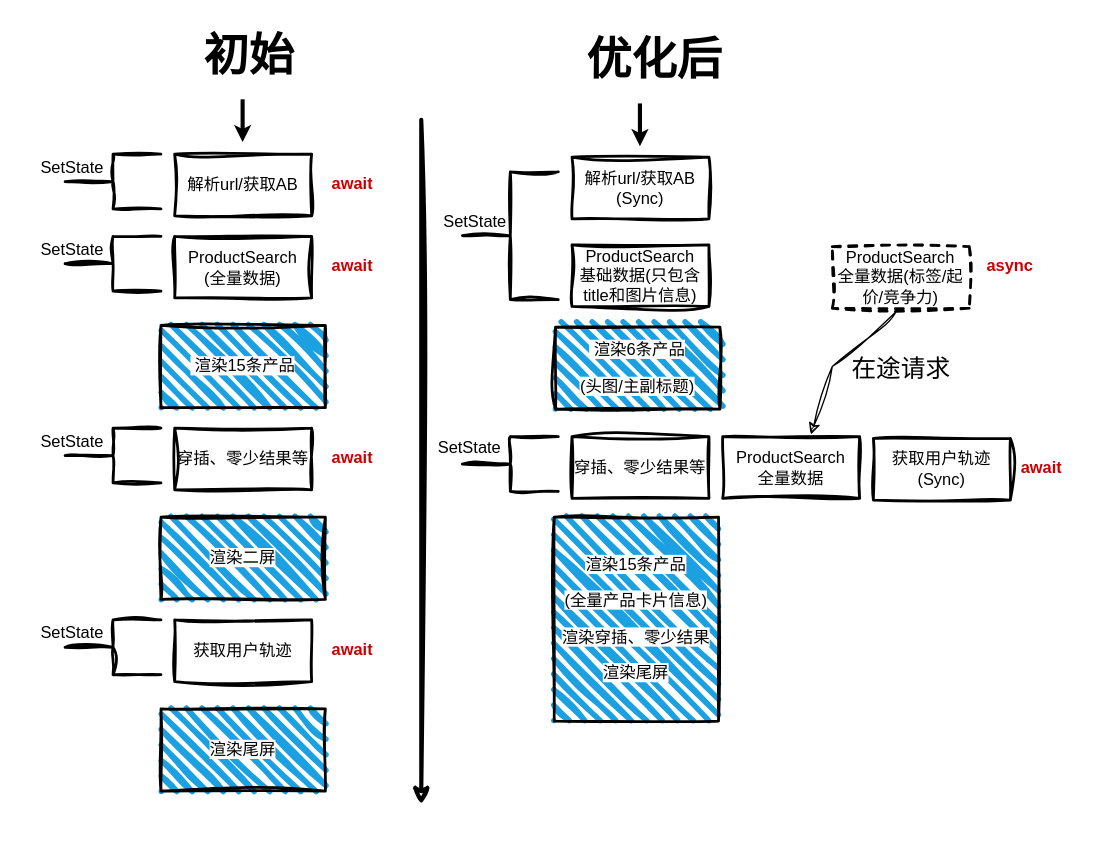
Before: page "简约版" (2 of 3) of performance/list优化.drawio in weixiaoH/free, a draw.io diagram. Source tidied: cells renumbered, new cells numbered last; positions are measured from the earlier drawing's top-left corner, leaving out a move shared by most shapes. Both pictures are drawn from the tidied source at 137%, with x=0, y=0 at pixel (23, 23).
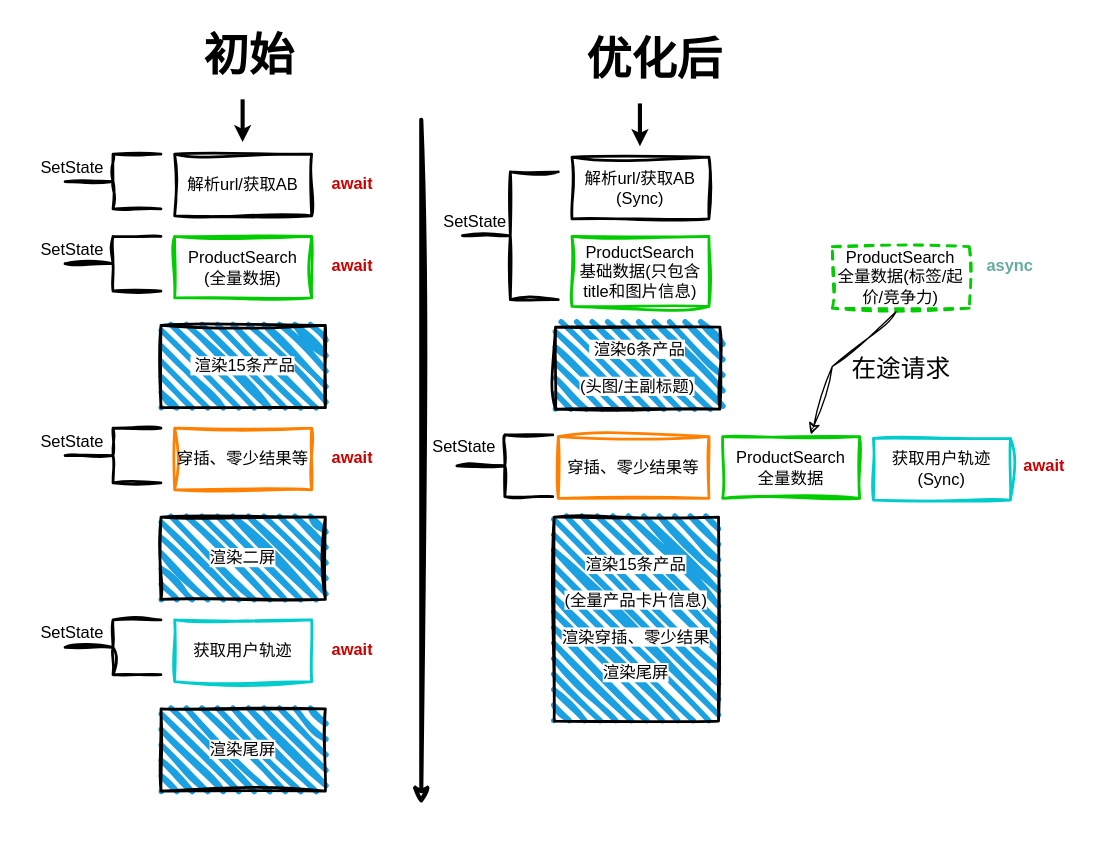
The same diagram, later.

The change refers to these unchanged cells:
```xml
<mxCell id="2" style="group;sketch=1;curveFitting=1;jiggle=2;rounded=0;" parent="1" vertex="1">
  <mxGeometry y="70" width="773" height="500" as="geometry" />
</mxCell>
```

Diff of the diagram source:
```diff
@@
-    <mxCell id="11" value="ProductSearch&lt;br&gt;(全量数据)" style="rounded=0;absoluteArcSize=1;html=1;arcSize=10;whiteSpace=wrap;strokeColor=#000000;fillColor=inherit;fillWeight=4;hachureGap=8;hachureAngle=45;strokeWidth=2;fontFamily=Helvetica;fontSize=12;fontColor=default;shadow=0;glass=0;sketch=1;curveFitting=1;jiggle=2;" parent="2" vertex="1">
+    <mxCell id="11" value="ProductSearch&lt;br&gt;(全量数据)" style="rounded=0;absoluteArcSize=1;html=1;arcSize=10;whiteSpace=wrap;strokeColor=#00CC00;fillColor=inherit;fillWeight=4;hachureGap=8;hachureAngle=45;strokeWidth=2;fontFamily=Helvetica;fontSize=12;fontColor=default;shadow=0;glass=0;sketch=1;curveFitting=1;jiggle=2;" parent="2" vertex="1">
       <mxGeometry x="110" y="85" width="100" height="45" as="geometry" />
     </mxCell>
@@
-    <mxCell id="16" value="穿插、零少结果等" style="rounded=0;absoluteArcSize=1;html=1;arcSize=10;whiteSpace=wrap;strokeColor=#000000;fillColor=inherit;fillWeight=4;hachureGap=8;hachureAngle=45;strokeWidth=2;fontFamily=Helvetica;fontSize=12;fontColor=default;shadow=0;glass=0;sketch=1;curveFitting=1;jiggle=2;" parent="2" vertex="1">
+    <mxCell id="16" value="穿插、零少结果等" style="rounded=0;absoluteArcSize=1;html=1;arcSize=10;whiteSpace=wrap;strokeColor=#FF8000;fillColor=inherit;fillWeight=4;hachureGap=8;hachureAngle=45;strokeWidth=2;fontFamily=Helvetica;fontSize=12;fontColor=default;shadow=0;glass=0;sketch=1;curveFitting=1;jiggle=2;" parent="2" vertex="1">
       <mxGeometry x="110" y="225" width="100" height="45" as="geometry" />
     </mxCell>
@@
-    <mxCell id="21" value="获取用户轨迹" style="rounded=0;absoluteArcSize=1;html=1;arcSize=10;whiteSpace=wrap;strokeColor=#000000;fillColor=inherit;fillWeight=4;hachureGap=8;hachureAngle=45;strokeWidth=2;fontFamily=Helvetica;fontSize=12;fontColor=default;shadow=0;glass=0;sketch=1;curveFitting=1;jiggle=2;" parent="2" vertex="1">
+    <mxCell id="21" value="获取用户轨迹" style="rounded=0;absoluteArcSize=1;html=1;arcSize=10;whiteSpace=wrap;strokeColor=#00CCCC;fillColor=inherit;fillWeight=4;hachureGap=8;hachureAngle=45;strokeWidth=2;fontFamily=Helvetica;fontSize=12;fontColor=default;shadow=0;glass=0;sketch=1;curveFitting=1;jiggle=2;" parent="2" vertex="1">
       <mxGeometry x="110" y="365" width="100" height="45" as="geometry" />
     </mxCell>
@@
-    <mxCell id="33" value="ProductSearch&lt;br&gt;基础数据(只包含title和图片信息)" style="rounded=0;absoluteArcSize=1;html=1;arcSize=10;whiteSpace=wrap;strokeColor=#000000;fillColor=inherit;fillWeight=4;hachureGap=8;hachureAngle=45;strokeWidth=2;fontFamily=Helvetica;fontSize=12;fontColor=default;shadow=0;glass=0;sketch=1;curveFitting=1;jiggle=2;" parent="2" vertex="1">
-      <mxGeometry x="400" y="91.2" width="100" height="45" as="geometry" />
+    <mxCell id="33" value="ProductSearch&lt;br&gt;基础数据(只包含title和图片信息)" style="rounded=0;absoluteArcSize=1;html=1;arcSize=10;whiteSpace=wrap;strokeColor=#00CC00;fillColor=inherit;fillWeight=4;hachureGap=8;hachureAngle=45;strokeWidth=2;fontFamily=Helvetica;fontSize=12;fontColor=default;shadow=0;glass=0;sketch=1;curveFitting=1;jiggle=2;" parent="2" vertex="1">
+      <mxGeometry x="400" y="85" width="100" height="51.2" as="geometry" />
     </mxCell>
-    <mxCell id="34" value="穿插、零少结果等" style="rounded=0;absoluteArcSize=1;html=1;arcSize=10;whiteSpace=wrap;strokeColor=#000000;fillColor=inherit;fillWeight=4;hachureGap=8;hachureAngle=45;strokeWidth=2;fontFamily=Helvetica;fontSize=12;fontColor=default;shadow=0;glass=0;sketch=1;curveFitting=1;jiggle=2;" parent="2" vertex="1">
-      <mxGeometry x="400" y="231.2" width="100" height="45" as="geometry" />
+    <mxCell id="34" value="穿插、零少结果等" style="rounded=0;absoluteArcSize=1;html=1;arcSize=10;whiteSpace=wrap;strokeColor=#FF8000;fillColor=inherit;fillWeight=4;hachureGap=8;hachureAngle=45;strokeWidth=2;fontFamily=Helvetica;fontSize=12;fontColor=default;shadow=0;glass=0;sketch=1;curveFitting=1;jiggle=2;" parent="2" vertex="1">
+      <mxGeometry x="390" y="231.2" width="110" height="45" as="geometry" />
     </mxCell>
     <mxCell id="35" style="group;rounded=0;sketch=1;curveFitting=1;jiggle=2;" parent="2" vertex="1">
-      <mxGeometry x="300" y="225" width="100" height="45" as="geometry" />
+      <mxGeometry x="300" y="225" width="100" height="50" as="geometry" />
     </mxCell>
     <mxCell id="36" style="shape=curlyBracket;whiteSpace=wrap;html=1;rounded=0;labelPosition=left;verticalLabelPosition=middle;align=right;verticalAlign=middle;fillWeight=4;hachureGap=8;hachureAngle=45;strokeColor=default;strokeWidth=2;fontFamily=Helvetica;fontSize=12;fontColor=default;fillColor=#1ba1e2;size=0.5;sketch=1;curveFitting=1;jiggle=2;" parent="35" vertex="1">
-      <mxGeometry x="20" y="6.2" width="70" height="40" as="geometry" />
+      <mxGeometry x="16" y="5" width="70" height="45" as="geometry" />
     </mxCell>
     <mxCell id="37" value="SetState&lt;br&gt;" style="text;html=1;align=center;verticalAlign=middle;strokeColor=none;fillColor=none;fontSize=12;fontFamily=Helvetica;fontColor=default;rounded=0;sketch=1;curveFitting=1;jiggle=2;" parent="35" vertex="1">
-      <mxGeometry x="-10" width="70" height="30" as="geometry" />
+      <mxGeometry x="-14" y="-1.2" width="70" height="30" as="geometry" />
     </mxCell>
-    <mxCell id="38" value="获取用户轨迹&lt;br&gt;(Sync)" style="rounded=0;absoluteArcSize=1;html=1;arcSize=10;whiteSpace=wrap;strokeColor=#000000;fillColor=inherit;fillWeight=4;hachureGap=8;hachureAngle=45;strokeWidth=2;fontFamily=Helvetica;fontSize=12;fontColor=default;shadow=0;glass=0;sketch=1;curveFitting=1;jiggle=2;" parent="2" vertex="1">
+    <mxCell id="38" value="获取用户轨迹&lt;br&gt;(Sync)" style="rounded=0;absoluteArcSize=1;html=1;arcSize=10;whiteSpace=wrap;strokeColor=#00CCCC;fillColor=inherit;fillWeight=4;hachureGap=8;hachureAngle=45;strokeWidth=2;fontFamily=Helvetica;fontSize=12;fontColor=default;shadow=0;glass=0;sketch=1;curveFitting=1;jiggle=2;" parent="2" vertex="1">
       <mxGeometry x="620" y="232.5" width="100" height="45" as="geometry" />
     </mxCell>
-    <mxCell id="39" value="ProductSearch&lt;br&gt;全量数据(标签/起价/竞争力)" style="rounded=0;absoluteArcSize=1;html=1;arcSize=10;whiteSpace=wrap;points=[];strokeColor=#000000;fillColor=inherit;fillWeight=4;hachureGap=8;hachureAngle=45;strokeWidth=2;fontFamily=Helvetica;fontSize=12;fontColor=default;shadow=0;glass=0;dashed=1;sketch=1;curveFitting=1;jiggle=2;" parent="2" vertex="1">
+    <mxCell id="39" value="ProductSearch&lt;br&gt;全量数据(标签/起价/竞争力)" style="rounded=0;absoluteArcSize=1;html=1;arcSize=10;whiteSpace=wrap;points=[];strokeColor=#00CC00;fillColor=inherit;fillWeight=4;hachureGap=8;hachureAngle=45;strokeWidth=2;fontFamily=Helvetica;fontSize=12;fontColor=default;shadow=0;glass=0;dashed=1;sketch=1;curveFitting=1;jiggle=2;" parent="2" vertex="1">
       <mxGeometry x="590" y="92.5" width="100" height="45" as="geometry" />
     </mxCell>
-    <mxCell id="40" value="ProductSearch&lt;br&gt;全量数据" style="rounded=0;absoluteArcSize=1;html=1;arcSize=10;whiteSpace=wrap;points=[];strokeColor=#000000;fillColor=inherit;fillWeight=4;hachureGap=8;hachureAngle=45;strokeWidth=2;fontFamily=Helvetica;fontSize=12;fontColor=default;shadow=0;glass=0;labelBorderColor=none;labelBackgroundColor=none;sketch=1;curveFitting=1;jiggle=2;" parent="2" vertex="1">
+    <mxCell id="40" value="ProductSearch&lt;br&gt;全量数据" style="rounded=0;absoluteArcSize=1;html=1;arcSize=10;whiteSpace=wrap;points=[];strokeColor=#00CC00;fillColor=inherit;fillWeight=4;hachureGap=8;hachureAngle=45;strokeWidth=2;fontFamily=Helvetica;fontSize=12;fontColor=default;shadow=0;glass=0;labelBorderColor=none;labelBackgroundColor=none;sketch=1;curveFitting=1;jiggle=2;" parent="2" vertex="1">
       <mxGeometry x="510" y="231.2" width="100" height="45" as="geometry" />
     </mxCell>
@@
-    <mxCell id="43" value="async" style="text;html=1;strokeColor=none;fillColor=none;align=center;verticalAlign=middle;whiteSpace=wrap;overflow=hidden;fontSize=12;fontFamily=Helvetica;fontColor=#CC0000;fontStyle=1;labelBackgroundColor=none;rounded=0;sketch=1;curveFitting=1;jiggle=2;" parent="2" vertex="1">
+    <mxCell id="43" value="&lt;font color=&quot;#67ab9f&quot;&gt;async&lt;/font&gt;" style="text;html=1;strokeColor=none;fillColor=none;align=center;verticalAlign=middle;whiteSpace=wrap;overflow=hidden;fontSize=12;fontFamily=Helvetica;fontColor=#CC0000;fontStyle=1;labelBackgroundColor=none;rounded=0;sketch=1;curveFitting=1;jiggle=2;" parent="2" vertex="1">
       <mxGeometry x="690" y="91.2" width="60" height="32.5" as="geometry" />
     </mxCell>
     <mxCell id="44" value="await" style="text;html=1;strokeColor=none;fillColor=none;align=center;verticalAlign=middle;whiteSpace=wrap;overflow=hidden;fontSize=12;fontFamily=Helvetica;fontColor=#CC0000;fontStyle=1;labelBackgroundColor=none;rounded=0;sketch=1;curveFitting=1;jiggle=2;" parent="2" vertex="1">
-      <mxGeometry x="713" y="237.5" width="60" height="32.5" as="geometry" />
+      <mxGeometry x="715" y="236.5" width="60" height="32.5" as="geometry" />
     </mxCell>
```
